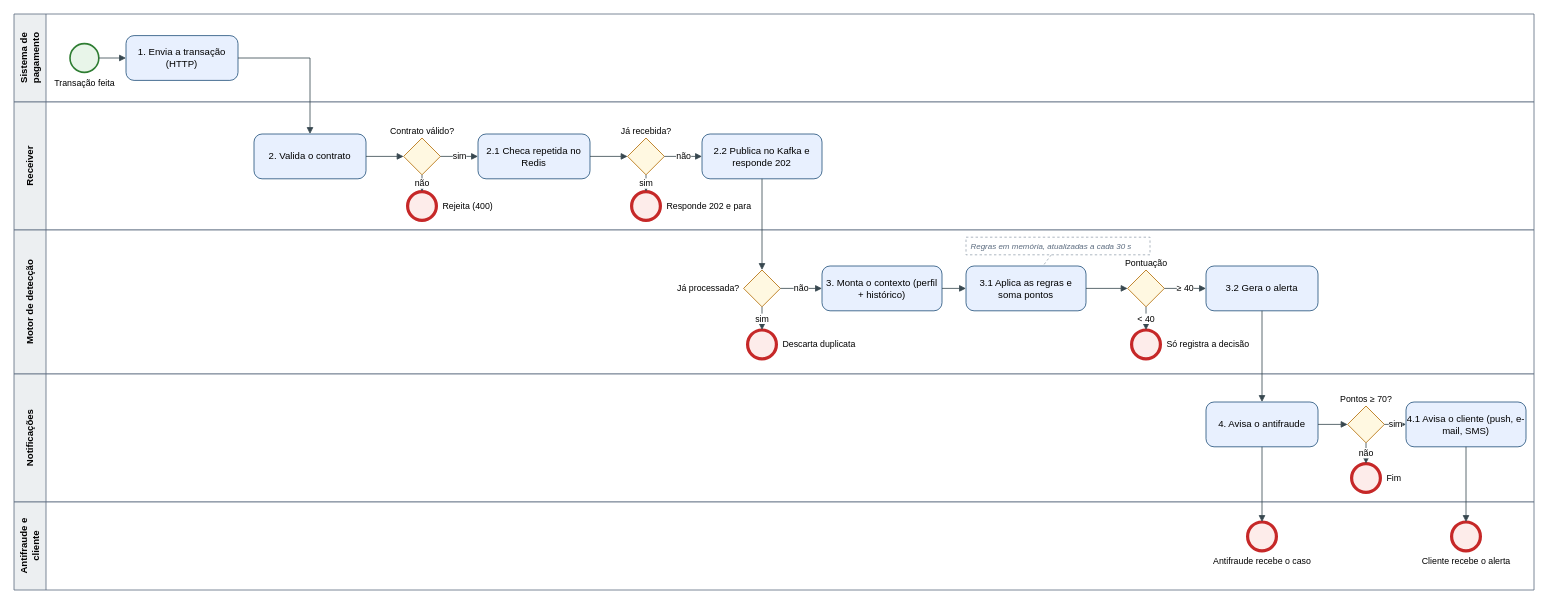
Above: page "1. Fluxo (BPMN)" (1 of 2) of fluxo-bpmn-sequencia.drawio in luizavramos/fraud-detection-engine (draw.io), before the change. Source tidied: cells renumbered, new cells numbered last; positions are measured from the earlier drawing's top-left corner, leaving out a move shared by most shapes. Both pictures are drawn from the tidied source at 80%, with x=0, y=0 at pixel (14, 14).
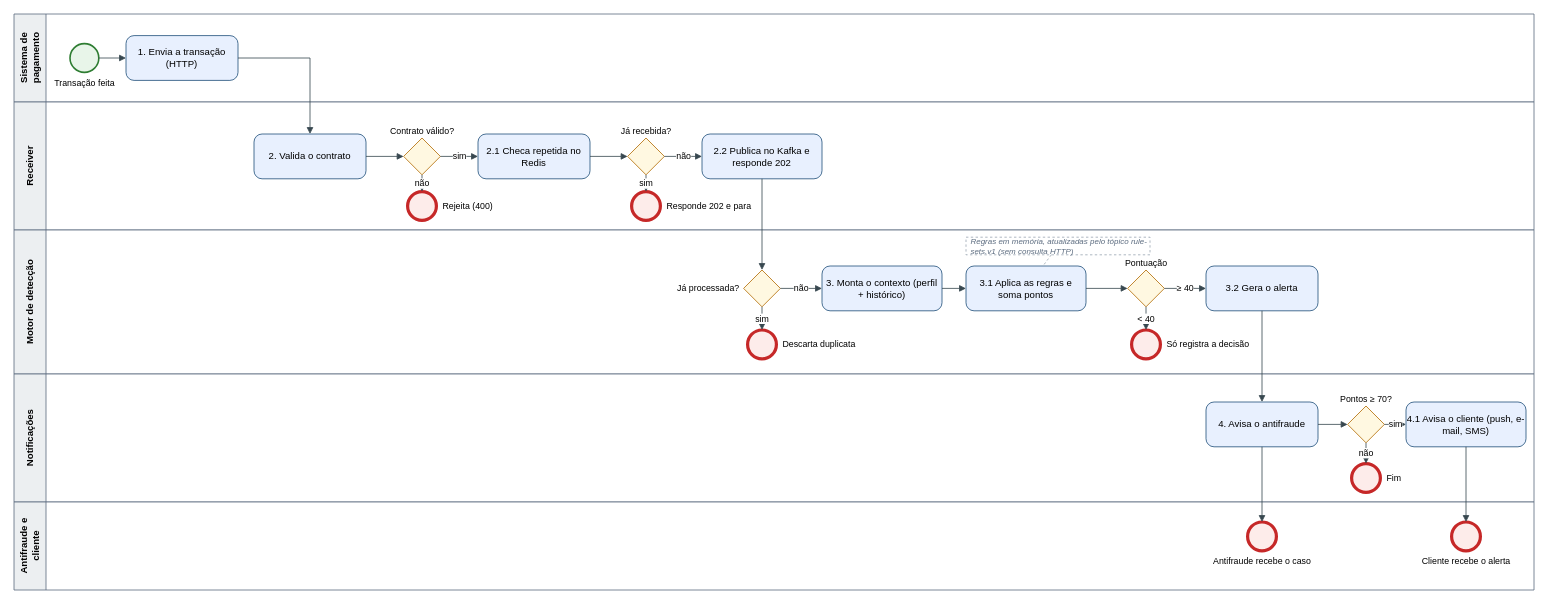
Above is the later version.

Change to the diagram source:
```diff
@@
-    <mxCell id="20" value="Regras em memória, atualizadas a cada 30 s" style="text;html=1;align=left;verticalAlign=middle;fontSize=10;fontStyle=2;fontColor=#5B6B7F;strokeColor=#9AA5B1;dashed=1;fillColor=none;spacingLeft=4;whiteSpace=wrap;" parent="1" vertex="1">
+    <mxCell id="20" value="Regras em memória, atualizadas pelo tópico rule-sets.v1 (sem consulta HTTP)" style="text;html=1;align=left;verticalAlign=middle;fontSize=10;fontStyle=2;fontColor=#5B6B7F;strokeColor=#9AA5B1;dashed=1;fillColor=none;spacingLeft=4;whiteSpace=wrap;" parent="1" vertex="1">
       <mxGeometry x="1190" y="279" width="230" height="22" as="geometry" />
     </mxCell>
```
